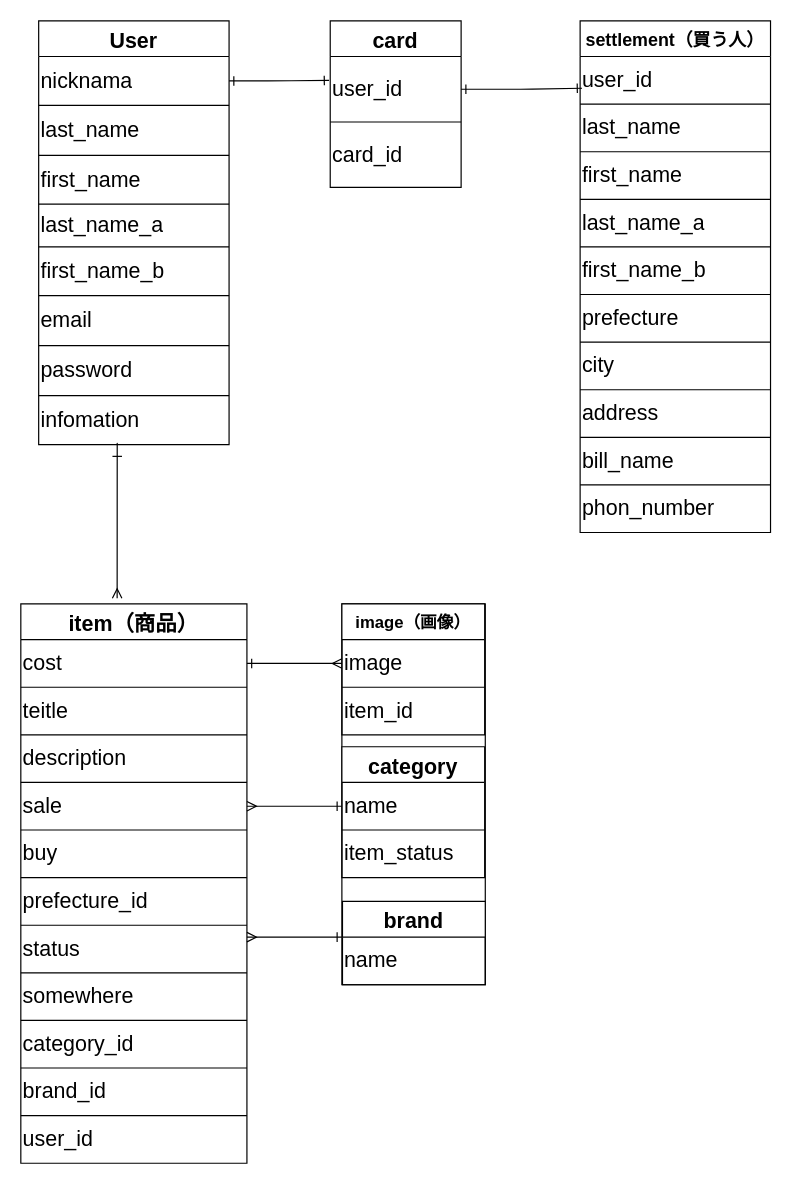
The draw.io diagram ER図.dio in kijima-line/furima-37451, before the edit. Source tidied: cells renumbered, new cells numbered last; positions are measured from the earlier drawing's top-left corner, leaving out a move shared by most shapes. Both pictures are drawn from the tidied source at 119%, with x=0, y=0 at pixel (20, 20).
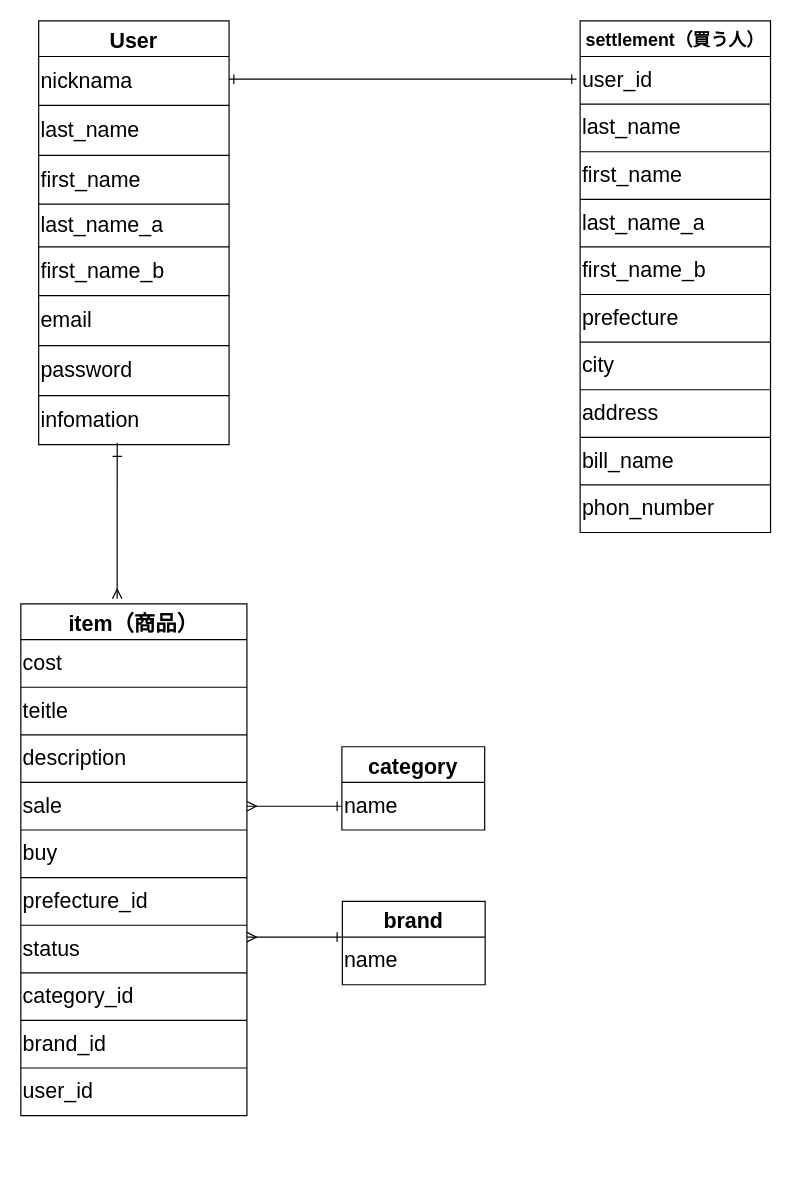
The same diagram, later.

Unchanged cells that the change refers to:
```xml
<mxCell id="23" style="shape=partialRectangle;html=1;whiteSpace=wrap;fillColor=none;top=0;left=0;bottom=0;right=0;points=[[0,0.5],[1,0.5]];portConstraint=eastwest;" parent="22" vertex="1">
  <mxGeometry y="30" width="160" height="41" as="geometry" />
</mxCell>
<mxCell id="45" style="shape=partialRectangle;html=1;whiteSpace=wrap;fillColor=none;top=0;left=0;bottom=0;right=0;points=[[0,0.5],[1,0.5]];portConstraint=eastwest;" parent="44" vertex="1">
  <mxGeometry y="30" width="160" height="40" as="geometry" />
</mxCell>
<mxCell id="66" style="shape=partialRectangle;html=1;whiteSpace=wrap;fillColor=none;top=0;left=0;bottom=0;right=0;points=[[0,0.5],[1,0.5]];portConstraint=eastwest;" parent="65" vertex="1">
  <mxGeometry y="30" width="190" height="40" as="geometry" />
</mxCell>
```

The edit, as a diff of the source:
```diff
@@
-    <mxCell id="2" style="group;fontColor=#000000;strokeColor=#000000;" parent="1" vertex="1">
-      <mxGeometry x="269.8" y="490" width="120.5" height="320" as="geometry" />
-    </mxCell>
-    <mxCell id="3" value="category" style="shape=table;startSize=30;childLayout=tableLayout;fontStyle=1;align=center;fontSize=18;strokeColor=#000000;" parent="2" vertex="1">
-      <mxGeometry y="120" width="120" height="110" as="geometry" />
-    </mxCell>
-    <mxCell id="4" style="shape=partialRectangle;html=1;whiteSpace=wrap;fillColor=none;top=0;left=0;bottom=0;right=0;" parent="3" vertex="1">
-      <mxGeometry y="30" width="120" height="40" as="geometry" />
-    </mxCell>
-    <mxCell id="5" value="name" style="shape=partialRectangle;html=1;whiteSpace=wrap;fillColor=none;top=0;left=0;bottom=0;right=0;overflow=hidden;align=left;fontSize=18;strokeColor=#000000;fontColor=#000000;" parent="4" vertex="1">
-      <mxGeometry width="120" height="40" as="geometry" />
-    </mxCell>
-    <mxCell id="6" style="shape=partialRectangle;html=1;whiteSpace=wrap;fillColor=none;top=0;left=0;bottom=0;right=0;" parent="3" vertex="1">
-      <mxGeometry y="70" width="120" height="40" as="geometry" />
-    </mxCell>
-    <mxCell id="7" value="item_status" style="shape=partialRectangle;html=1;whiteSpace=wrap;fillColor=none;top=0;left=0;bottom=0;right=0;overflow=hidden;align=left;fontSize=18;strokeColor=#000000;fontColor=#000000;" parent="6" vertex="1">
-      <mxGeometry width="120" height="40" as="geometry" />
-    </mxCell>
-    <mxCell id="8" value="brand" style="shape=table;startSize=30;childLayout=tableLayout;fontStyle=1;align=center;fontSize=18;strokeColor=#000000;" parent="2" vertex="1">
-      <mxGeometry x="0.5" y="250" width="120" height="70" as="geometry" />
-    </mxCell>
-    <mxCell id="9" style="shape=partialRectangle;html=1;whiteSpace=wrap;fillColor=none;top=0;left=0;bottom=0;right=0;" parent="8" vertex="1">
-      <mxGeometry y="30" width="120" height="40" as="geometry" />
-    </mxCell>
-    <mxCell id="10" value="&lt;font color=&quot;#000000&quot;&gt;name&lt;/font&gt;" style="shape=partialRectangle;html=1;whiteSpace=wrap;fillColor=none;top=0;left=0;bottom=0;right=0;overflow=hidden;align=left;fontSize=18;" parent="9" vertex="1">
-      <mxGeometry width="120" height="40" as="geometry" />
-    </mxCell>
-    <mxCell id="11" value="image（画像）" style="shape=table;startSize=30;childLayout=tableLayout;fontStyle=1;align=center;fontSize=14;strokeColor=#000000;" parent="2" vertex="1">
-      <mxGeometry width="120" height="110" as="geometry" />
-    </mxCell>
-    <mxCell id="12" style="shape=partialRectangle;html=1;whiteSpace=wrap;fillColor=none;top=0;left=0;bottom=0;right=0;points=[[0,0.5],[1,0.5]];portConstraint=eastwest;" parent="11" vertex="1">
-      <mxGeometry y="30" width="120" height="40" as="geometry" />
-    </mxCell>
-    <mxCell id="13" value="image" style="shape=partialRectangle;html=1;whiteSpace=wrap;fillColor=none;top=0;left=0;bottom=0;right=0;overflow=hidden;align=left;fontSize=18;fontColor=#000000;" parent="12" vertex="1">
-      <mxGeometry width="120" height="40" as="geometry" />
-    </mxCell>
-    <mxCell id="14" style="shape=partialRectangle;html=1;whiteSpace=wrap;fillColor=none;top=0;left=0;bottom=0;right=0;" parent="11" vertex="1">
-      <mxGeometry y="70" width="120" height="40" as="geometry" />
-    </mxCell>
-    <mxCell id="15" value="item_id" style="shape=partialRectangle;html=1;whiteSpace=wrap;fillColor=none;top=0;left=0;bottom=0;right=0;overflow=hidden;align=left;fontSize=18;fontColor=#000000;" parent="14" vertex="1">
-      <mxGeometry width="120" height="40" as="geometry" />
-    </mxCell>
-    <mxCell id="16" style="edgeStyle=orthogonalEdgeStyle;html=1;fontSize=14;startArrow=ERone;startFill=0;endArrow=ERone;endFill=0;strokeColor=#000000;entryX=0.01;entryY=0.666;entryDx=0;entryDy=0;entryPerimeter=0;" parent="1" edge="1" source="40" target="45">
-      <mxGeometry relative="1" as="geometry" />
-    </mxCell>
-    <mxCell id="17" style="edgeStyle=orthogonalEdgeStyle;html=1;fontSize=14;startArrow=ERone;startFill=0;entryX=-0.009;entryY=0.364;entryDx=0;entryDy=0;entryPerimeter=0;endArrow=ERone;endFill=0;strokeColor=#000000;" parent="1" edge="1" source="23" target="40">
-      <mxGeometry relative="1" as="geometry" />
+    <mxCell id="17" style="edgeStyle=orthogonalEdgeStyle;html=1;fontSize=14;startArrow=ERone;startFill=0;entryX=-0.019;entryY=0.475;entryDx=0;entryDy=0;entryPerimeter=0;endArrow=ERone;endFill=0;strokeColor=#000000;" parent="1" edge="1" source="23" target="45">
+      <mxGeometry relative="1" as="geometry">
+        <Array as="points">
+          <mxPoint x="186" y="49" />
+          <mxPoint x="186" y="49" />
+        </Array>
+      </mxGeometry>
     </mxCell>
-    <mxCell id="18" style="edgeStyle=orthogonalEdgeStyle;html=1;fontSize=14;startArrow=ERone;startFill=0;endArrow=ERmany;endFill=0;strokeColor=#000000;" parent="1" edge="1" source="66" target="12">
-      <mxGeometry relative="1" as="geometry" />
-    </mxCell>
@@
-    <mxCell id="39" value="card" style="shape=table;startSize=30;childLayout=tableLayout;fontStyle=1;align=center;fontSize=18;strokeColor=#000000;" parent="1" vertex="1">
-      <mxGeometry x="260" width="110" height="140" as="geometry" />
-    </mxCell>
-    <mxCell id="40" style="shape=partialRectangle;html=1;whiteSpace=wrap;fillColor=none;top=0;left=0;bottom=0;right=0;points=[[0,0.5],[1,0.5]];portConstraint=eastwest;" parent="39" vertex="1">
-      <mxGeometry y="30" width="110" height="55" as="geometry" />
-    </mxCell>
-    <mxCell id="41" value="user_id" style="shape=partialRectangle;html=1;whiteSpace=wrap;fillColor=none;top=0;left=0;bottom=0;right=0;overflow=hidden;align=left;fontSize=18;fontColor=#000000;" parent="40" vertex="1">
-      <mxGeometry width="110" height="55" as="geometry" />
-    </mxCell>
-    <mxCell id="42" style="shape=partialRectangle;html=1;whiteSpace=wrap;fillColor=none;top=0;left=0;bottom=0;right=0;" parent="39" vertex="1">
-      <mxGeometry y="85" width="110" height="55" as="geometry" />
-    </mxCell>
-    <mxCell id="43" value="card_id" style="shape=partialRectangle;html=1;whiteSpace=wrap;fillColor=none;top=0;left=0;bottom=0;right=0;overflow=hidden;align=left;fontSize=18;fontColor=#000000;" parent="42" vertex="1">
-      <mxGeometry width="110" height="55" as="geometry" />
-    </mxCell>
@@
     <mxCell id="65" value="item（商品）" style="shape=table;startSize=30;childLayout=tableLayout;fontStyle=1;align=center;fontSize=18;strokeColor=#000000;" parent="1" vertex="1">
-      <mxGeometry y="490" width="190" height="470" as="geometry" />
+      <mxGeometry y="490" width="190" height="430" as="geometry" />
     </mxCell>
@@
-    <mxCell id="80" style="shape=partialRectangle;html=1;whiteSpace=wrap;fillColor=none;top=0;left=0;bottom=0;right=0;" parent="65" vertex="1">
-      <mxGeometry y="310" width="190" height="40" as="geometry" />
-    </mxCell>
-    <mxCell id="81" value="somewhere" style="shape=partialRectangle;html=1;whiteSpace=wrap;fillColor=none;top=0;left=0;bottom=0;right=0;overflow=hidden;fontSize=18;align=left;fontColor=#000000;" parent="80" vertex="1">
-      <mxGeometry width="190" height="40" as="geometry" />
-    </mxCell>
     <mxCell id="82" style="shape=partialRectangle;html=1;whiteSpace=wrap;fillColor=none;top=0;left=0;bottom=0;right=0;" parent="65" vertex="1">
-      <mxGeometry y="350" width="190" height="40" as="geometry" />
+      <mxGeometry y="310" width="190" height="40" as="geometry" />
     </mxCell>
@@
     <mxCell id="84" style="shape=partialRectangle;html=1;whiteSpace=wrap;fillColor=none;top=0;left=0;bottom=0;right=0;" parent="65" vertex="1">
-      <mxGeometry y="390" width="190" height="40" as="geometry" />
+      <mxGeometry y="350" width="190" height="40" as="geometry" />
     </mxCell>
@@
     <mxCell id="86" style="shape=partialRectangle;html=1;whiteSpace=wrap;fillColor=none;top=0;left=0;bottom=0;right=0;" parent="65" vertex="1">
-      <mxGeometry y="430" width="190" height="40" as="geometry" />
+      <mxGeometry y="390" width="190" height="40" as="geometry" />
     </mxCell>
@@
+    <mxCell id="3" value="category" style="shape=table;startSize=30;childLayout=tableLayout;fontStyle=1;align=center;fontSize=18;strokeColor=#000000;" parent="1" vertex="1">
+      <mxGeometry x="269.8" y="610" width="120" height="70" as="geometry" />
+    </mxCell>
+    <mxCell id="4" style="shape=partialRectangle;html=1;whiteSpace=wrap;fillColor=none;top=0;left=0;bottom=0;right=0;" parent="3" vertex="1">
+      <mxGeometry y="30" width="120" height="40" as="geometry" />
+    </mxCell>
+    <mxCell id="5" value="name" style="shape=partialRectangle;html=1;whiteSpace=wrap;fillColor=none;top=0;left=0;bottom=0;right=0;overflow=hidden;align=left;fontSize=18;strokeColor=#000000;fontColor=#000000;" parent="4" vertex="1">
+      <mxGeometry width="120" height="40" as="geometry" />
+    </mxCell>
+    <mxCell id="8" value="brand" style="shape=table;startSize=30;childLayout=tableLayout;fontStyle=1;align=center;fontSize=18;strokeColor=#000000;" parent="1" vertex="1">
+      <mxGeometry x="270.2" y="740" width="120" height="70" as="geometry" />
+    </mxCell>
+    <mxCell id="9" style="shape=partialRectangle;html=1;whiteSpace=wrap;fillColor=none;top=0;left=0;bottom=0;right=0;" parent="8" vertex="1">
+      <mxGeometry y="30" width="120" height="40" as="geometry" />
+    </mxCell>
+    <mxCell id="10" value="&lt;font color=&quot;#000000&quot;&gt;name&lt;/font&gt;" style="shape=partialRectangle;html=1;whiteSpace=wrap;fillColor=none;top=0;left=0;bottom=0;right=0;overflow=hidden;align=left;fontSize=18;" parent="9" vertex="1">
+      <mxGeometry width="120" height="40" as="geometry" />
+    </mxCell>
```
